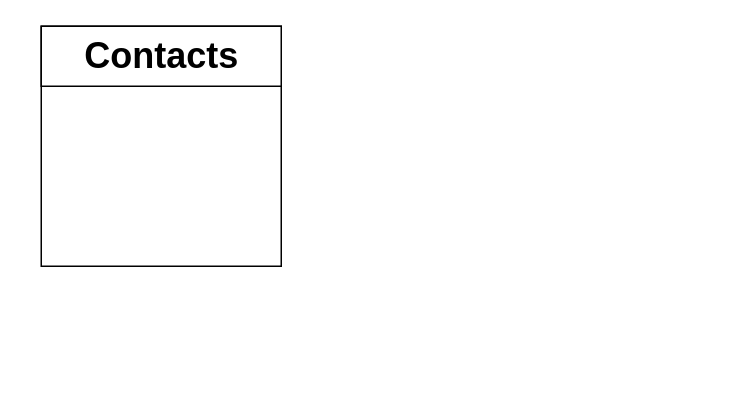
Earlier version of the draw.io diagram assets/uml/agenda.drawio (joaosantos564/AgendaTelefonica). Source tidied: cells renumbered, new cells numbered last; positions are measured from the earlier drawing's top-left corner, leaving out a move shared by most shapes. Both pictures are drawn from the tidied source at 150%, with x=0, y=0 at pixel (40, 26).
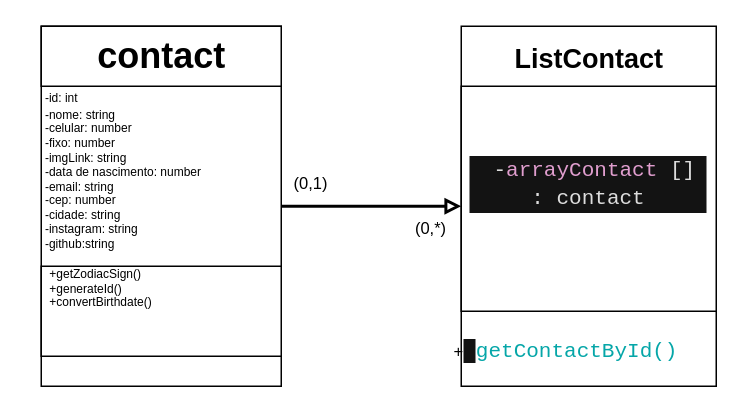
The same diagram, later.

Diff of the diagram source:
```diff
@@
 <mxGraphModel>
   <root>
     <mxCell id="0" />
     <mxCell id="1" parent="0" />
+    <mxCell id="5" style="edgeStyle=none;html=1;fontSize=8;endArrow=block;endFill=0;strokeWidth=2;" parent="1" edge="1" source="2">
+      <mxGeometry relative="1" as="geometry">
+        <mxPoint x="280" y="120" as="targetPoint" />
+      </mxGeometry>
+    </mxCell>
     <mxCell id="2" style="rounded=0;whiteSpace=wrap;html=1;" parent="1" vertex="1">
-      <mxGeometry width="160" height="160" as="geometry" />
+      <mxGeometry width="160" height="240" as="geometry" />
     </mxCell>
     <mxCell id="3" style="rounded=0;whiteSpace=wrap;html=1;" parent="1" vertex="1">
       <mxGeometry width="160" height="40" as="geometry" />
     </mxCell>
-    <mxCell id="4" value="Contacts" style="text;strokeColor=none;fillColor=none;html=1;fontSize=24;fontStyle=1;verticalAlign=middle;align=center;" parent="1" vertex="1">
+    <mxCell id="4" value="contact" style="text;strokeColor=none;fillColor=none;html=1;fontSize=24;fontStyle=1;verticalAlign=middle;align=center;" parent="1" vertex="1">
       <mxGeometry x="30" width="100" height="40" as="geometry" />
     </mxCell>
+    <mxCell id="6" value="&lt;div style=&quot;text-align: left;&quot;&gt;&lt;span style=&quot;font-size: 8px; background-color: initial;&quot;&gt;-id: int&lt;/span&gt;&lt;/div&gt;&lt;span style=&quot;font-size: 8px;&quot;&gt;&lt;div style=&quot;text-align: left;&quot;&gt;&lt;span style=&quot;background-color: initial;&quot;&gt;-nome: string&lt;/span&gt;&lt;/div&gt;&lt;div style=&quot;text-align: left;&quot;&gt;&lt;span style=&quot;background-color: initial;&quot;&gt;-celular: number&lt;/span&gt;&lt;/div&gt;&lt;div style=&quot;text-align: left;&quot;&gt;&lt;span style=&quot;background-color: initial;&quot;&gt;-fixo: number&lt;/span&gt;&lt;/div&gt;&lt;div style=&quot;text-align: left;&quot;&gt;&lt;span style=&quot;background-color: initial;&quot;&gt;-imgLink: string&lt;/span&gt;&lt;/div&gt;&lt;div style=&quot;text-align: left;&quot;&gt;&lt;span style=&quot;background-color: initial;&quot;&gt;-data de nascimento: number&lt;/span&gt;&lt;/div&gt;&lt;div style=&quot;text-align: left;&quot;&gt;&lt;span style=&quot;background-color: initial;&quot;&gt;-email: string&lt;/span&gt;&lt;/div&gt;&lt;div style=&quot;text-align: left;&quot;&gt;-cep: number&lt;/div&gt;&lt;div style=&quot;text-align: left;&quot;&gt;-cidade: string&lt;/div&gt;&lt;div style=&quot;text-align: left;&quot;&gt;-instagram: string&lt;/div&gt;&lt;div style=&quot;text-align: left;&quot;&gt;-github:string&lt;/div&gt;&lt;/span&gt;" style="text;html=1;strokeColor=none;fillColor=none;align=center;verticalAlign=middle;whiteSpace=wrap;rounded=0;" parent="1" vertex="1">
+      <mxGeometry x="-10" y="80" width="130" height="30" as="geometry" />
+    </mxCell>
+    <mxCell id="7" style="rounded=0;whiteSpace=wrap;html=1;fontSize=8;" parent="1" vertex="1">
+      <mxGeometry y="160" width="160" height="60" as="geometry" />
+    </mxCell>
+    <mxCell id="8" value="&lt;div style=&quot;text-align: left;&quot;&gt;&lt;span style=&quot;background-color: initial;&quot;&gt;+getZodiacSign()&lt;/span&gt;&lt;/div&gt;&lt;div style=&quot;text-align: left;&quot;&gt;&lt;span style=&quot;background-color: initial;&quot;&gt;+generateId()&lt;/span&gt;&lt;/div&gt;&lt;div style=&quot;text-align: left;&quot;&gt;&lt;span style=&quot;background-color: initial;&quot;&gt;+convertBirthdate()&lt;/span&gt;&lt;/div&gt;" style="text;html=1;strokeColor=none;fillColor=none;align=center;verticalAlign=middle;whiteSpace=wrap;rounded=0;fontSize=8;" parent="1" vertex="1">
+      <mxGeometry x="10" y="160" width="60" height="30" as="geometry" />
+    </mxCell>
+    <mxCell id="9" style="rounded=0;whiteSpace=wrap;html=1;fontSize=8;" parent="1" vertex="1">
+      <mxGeometry x="280" width="170" height="240" as="geometry" />
+    </mxCell>
+    <mxCell id="10" style="rounded=0;whiteSpace=wrap;html=1;fontSize=8;" parent="1" vertex="1">
+      <mxGeometry x="280" y="40" width="170" height="150" as="geometry" />
+    </mxCell>
+    <mxCell id="11" value="&lt;font style=&quot;font-size: 18px;&quot;&gt;ListContact&lt;/font&gt;" style="text;strokeColor=none;fillColor=none;html=1;fontSize=24;fontStyle=1;verticalAlign=middle;align=center;" parent="1" vertex="1">
+      <mxGeometry x="337" y="15" width="56" height="10" as="geometry" />
+    </mxCell>
+    <mxCell id="12" value="&lt;div style=&quot;color: rgb(221, 221, 221); background-color: rgb(19, 19, 19); font-family: Consolas, &amp;quot;Courier New&amp;quot;, monospace; font-size: 14px; line-height: 19px;&quot;&gt;&amp;nbsp;-&lt;span style=&quot;color: #e09ece;&quot;&gt;arrayContact&lt;/span&gt;&amp;nbsp;[] : contact&lt;/div&gt;" style="text;html=1;strokeColor=none;fillColor=none;align=center;verticalAlign=middle;whiteSpace=wrap;rounded=0;fontSize=18;" parent="1" vertex="1">
+      <mxGeometry x="285" y="70" width="160" height="70" as="geometry" />
+    </mxCell>
+    <mxCell id="13" value="&lt;span style=&quot;font-size: 11px;&quot;&gt;+&lt;/span&gt;&lt;span style=&quot;background-color: rgb(19, 19, 19); color: rgb(221, 221, 221); font-family: Consolas, &amp;quot;Courier New&amp;quot;, monospace; font-size: 14px;&quot;&gt;&amp;nbsp;&lt;/span&gt;&lt;span style=&quot;font-family: Consolas, &amp;quot;Courier New&amp;quot;, monospace; font-size: 14px; color: rgb(5, 166, 168);&quot;&gt;getContactById()&lt;/span&gt;" style="text;html=1;strokeColor=none;fillColor=none;align=center;verticalAlign=middle;whiteSpace=wrap;rounded=0;fontSize=18;" parent="1" vertex="1">
+      <mxGeometry x="320" y="200" width="60" height="30" as="geometry" />
+    </mxCell>
+    <mxCell id="14" value="(0,1)" style="text;html=1;strokeColor=none;fillColor=none;align=center;verticalAlign=middle;whiteSpace=wrap;rounded=0;fontSize=11;" parent="1" vertex="1">
+      <mxGeometry x="150" y="90" width="60" height="30" as="geometry" />
+    </mxCell>
+    <mxCell id="15" value="(0,*)" style="text;html=1;strokeColor=none;fillColor=none;align=center;verticalAlign=middle;whiteSpace=wrap;rounded=0;fontSize=11;" parent="1" vertex="1">
+      <mxGeometry x="230" y="120" width="60" height="30" as="geometry" />
+    </mxCell>
   </root>
 </mxGraphModel>
```
